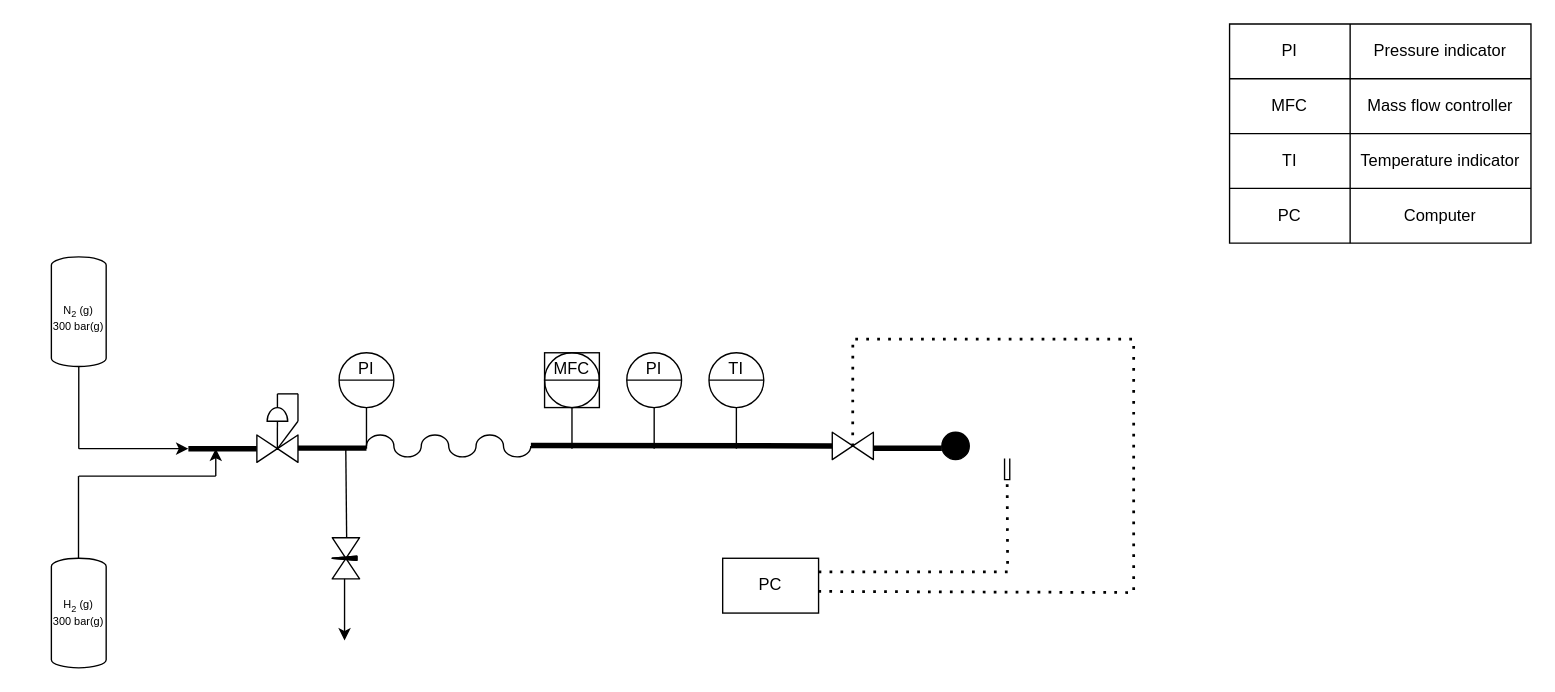
Before: Namnlöst diagram.drawio in gatw/draw_io, a draw.io diagram. Source tidied: cells renumbered, new cells numbered last; positions are measured from the earlier drawing's top-left corner, leaving out a move shared by most shapes. Both pictures are drawn from the tidied source at 137%, with x=0, y=0 at pixel (23, 23).
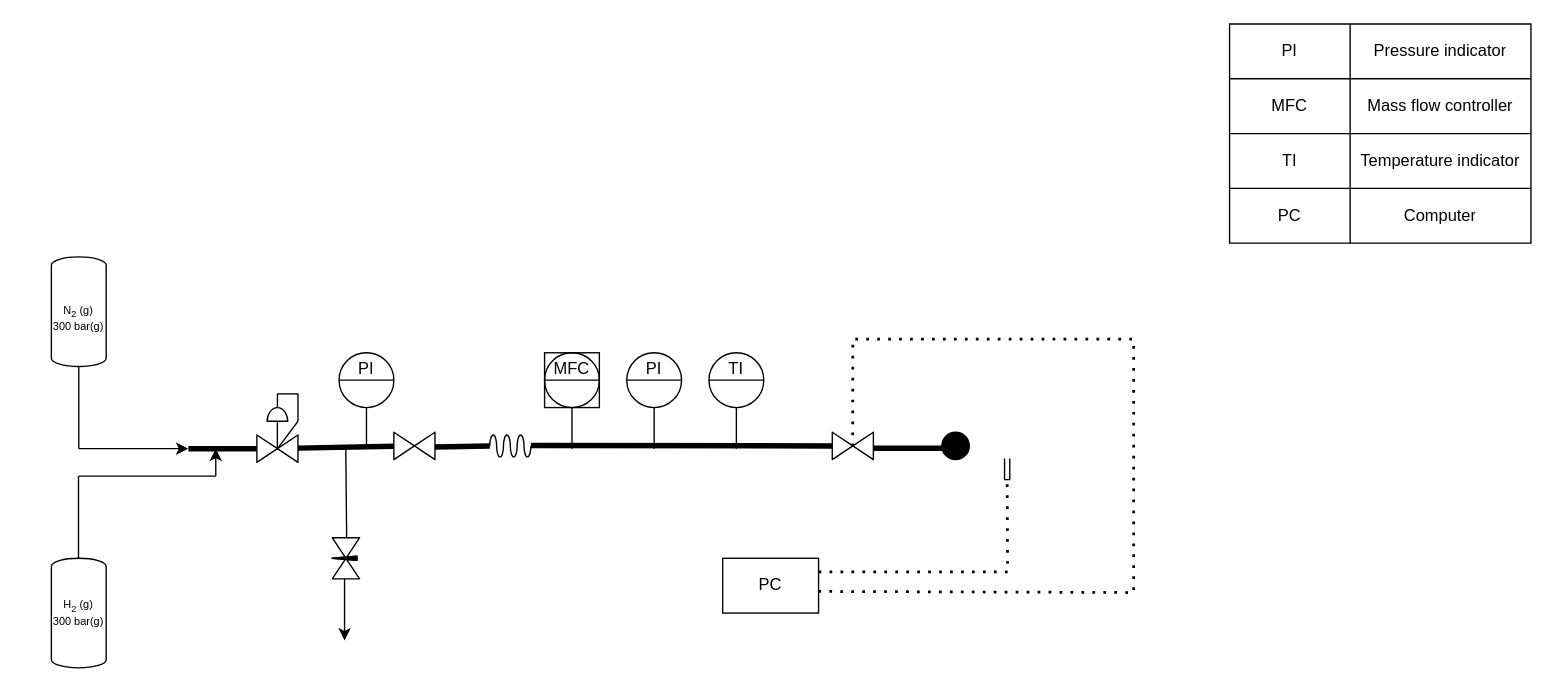
The same diagram, later.

Commit message:
added valve after the first PI

What changed in the source:
```diff
@@
-    <mxCell id="17" style="endArrow=none;html=1;rounded=0;strokeWidth=4;" parent="1" edge="1">
+    <mxCell id="17" style="endArrow=none;html=1;rounded=0;strokeWidth=4;" parent="1" edge="1" target="50">
       <mxGeometry relative="1" as="geometry">
         <mxPoint x="200" y="309.6" as="sourcePoint" />
-        <mxPoint x="250" y="309.6" as="targetPoint" />
       </mxGeometry>
     </mxCell>
@@
     <mxCell id="22" style="verticalLabelPosition=bottom;outlineConnect=0;align=center;dashed=0;html=1;verticalAlign=top;shape=mxgraph.pid.misc.flexible_pipe;" parent="1" vertex="1">
-      <mxGeometry x="250" y="300" width="120" height="16" as="geometry" />
+      <mxGeometry x="340" y="300" width="30" height="16" as="geometry" />
     </mxCell>
@@
+    <mxCell id="50" style="verticalLabelPosition=bottom;align=center;html=1;verticalAlign=top;dashed=0;shape=mxgraph.pid2valves.valve;valveType=gate;" parent="1" vertex="1">
+      <mxGeometry x="270" y="298" width="30" height="20" as="geometry" />
+    </mxCell>
+    <mxCell id="51" style="endArrow=none;html=1;rounded=0;strokeWidth=4;entryX=0;entryY=0.5;entryDx=0;entryDy=0;entryPerimeter=0;" parent="1" edge="1" target="22">
+      <mxGeometry relative="1" as="geometry">
+        <mxPoint x="300" y="308.8" as="sourcePoint" />
+      </mxGeometry>
+    </mxCell>
```
